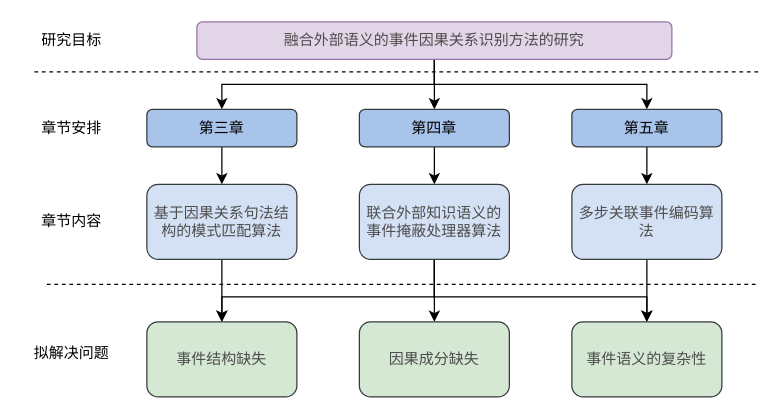
Before: page "章节布局" (6 of 14) of 2.drawio in JiaXinLI98/myProject, a draw.io diagram. Source tidied: cells renumbered, new cells numbered last; positions are measured from the earlier drawing's top-left corner, leaving out a move shared by most shapes. Both pictures are drawn from the tidied source at 125%, with x=0, y=0 at pixel (21, 21).
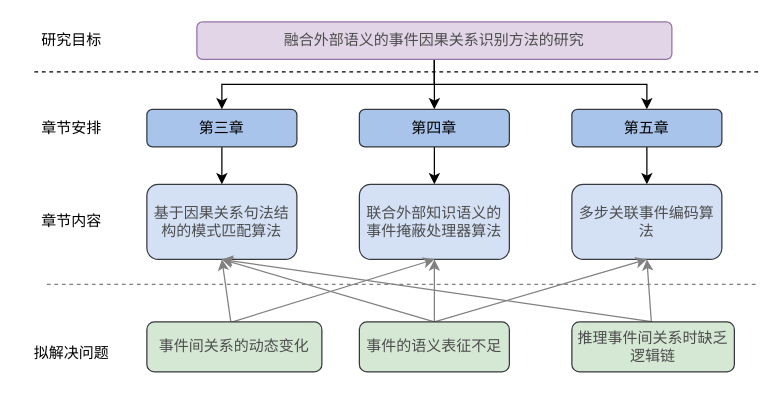
The same diagram, later.

The change refers to these unchanged cells:
```xml
<mxCell id="13" value="基于因果关系句法结构的模式匹配算法" style="rounded=1;whiteSpace=wrap;html=1;fillColor=#D4E1F5;strokeColor=#36393d;fontColor=#4D4D4D;" parent="1" vertex="1">
  <mxGeometry x="100" y="130" width="120" height="60" as="geometry" />
</mxCell>
<mxCell id="17" value="联合外部知识语义的事件掩蔽处理器算法" style="rounded=1;whiteSpace=wrap;html=1;fillColor=#D4E1F5;strokeColor=#36393d;fontColor=#4D4D4D;" parent="1" vertex="1">
  <mxGeometry x="270" y="130" width="120" height="60" as="geometry" />
</mxCell>
<mxCell id="19" value="多步关联事件编码算法" style="rounded=1;whiteSpace=wrap;html=1;fillColor=#D4E1F5;strokeColor=#36393d;fontColor=#4D4D4D;" parent="1" vertex="1">
  <mxGeometry x="440" y="130" width="120" height="60" as="geometry" />
</mxCell>
```

Diff of the diagram source:
```diff
@@
-    <mxCell id="12" style="edgeStyle=orthogonalEdgeStyle;rounded=0;jettySize=auto;html=1;exitX=0.5;exitY=1;exitDx=0;exitDy=0;entryX=0.5;entryY=0;entryDx=0;entryDy=0;" parent="1" edge="1" source="13" target="21">
-      <mxGeometry relative="1" as="geometry" />
-    </mxCell>
@@
-    <mxCell id="14" style="edgeStyle=orthogonalEdgeStyle;rounded=0;jettySize=auto;html=1;exitX=0.5;exitY=1;exitDx=0;exitDy=0;" parent="1" edge="1" source="17" target="21">
-      <mxGeometry relative="1" as="geometry">
-        <Array as="points">
-          <mxPoint x="330" y="220" />
-          <mxPoint x="160" y="220" />
-        </Array>
-      </mxGeometry>
-    </mxCell>
-    <mxCell id="15" style="edgeStyle=orthogonalEdgeStyle;rounded=0;jettySize=auto;html=1;exitX=0.5;exitY=1;exitDx=0;exitDy=0;entryX=0.5;entryY=0;entryDx=0;entryDy=0;" parent="1" edge="1" source="17" target="20">
-      <mxGeometry relative="1" as="geometry" />
-    </mxCell>
-    <mxCell id="16" style="edgeStyle=orthogonalEdgeStyle;rounded=0;jettySize=auto;html=1;entryX=0.5;entryY=0;entryDx=0;entryDy=0;" parent="1" edge="1" target="22">
-      <mxGeometry relative="1" as="geometry">
-        <mxPoint x="330" y="190" as="sourcePoint" />
-        <Array as="points">
-          <mxPoint x="330" y="220" />
-          <mxPoint x="500" y="220" />
-        </Array>
-      </mxGeometry>
-    </mxCell>
@@
-    <mxCell id="18" style="edgeStyle=orthogonalEdgeStyle;rounded=0;jettySize=auto;html=1;entryX=0.5;entryY=0;entryDx=0;entryDy=0;" parent="1" edge="1" source="19" target="22">
-      <mxGeometry relative="1" as="geometry" />
-    </mxCell>
@@
+    <mxCell id="29" style="rounded=0;jettySize=auto;html=1;entryX=0.5;entryY=1;entryDx=0;entryDy=0;strokeColor=#808080;exitX=0.5;exitY=0;exitDx=0;exitDy=0;" parent="1" edge="1" source="20" target="13">
+      <mxGeometry relative="1" as="geometry" />
+    </mxCell>
+    <mxCell id="30" style="edgeStyle=orthogonalEdgeStyle;rounded=0;jettySize=auto;html=1;entryX=0.5;entryY=1;entryDx=0;entryDy=0;strokeColor=#808080;" parent="1" edge="1" source="20" target="17">
+      <mxGeometry relative="1" as="geometry" />
+    </mxCell>
+    <mxCell id="31" style="rounded=0;jettySize=auto;html=1;exitX=0.5;exitY=0;exitDx=0;exitDy=0;strokeColor=#808080;" parent="1" edge="1" source="20">
+      <mxGeometry relative="1" as="geometry">
+        <mxPoint x="500" y="190" as="targetPoint" />
+      </mxGeometry>
+    </mxCell>
-    <mxCell id="20" value="因果成分缺失" style="rounded=1;whiteSpace=wrap;html=1;fillColor=#D5E8D4;strokeColor=#36393d;fontColor=#4D4D4D;" parent="1" vertex="1">
-      <mxGeometry x="270" y="240" width="120" height="60" as="geometry" />
+    <mxCell id="20" value="事件的语义表征不足" style="rounded=1;whiteSpace=wrap;html=1;fillColor=#D5E8D4;strokeColor=#36393d;fontColor=#4D4D4D;" parent="1" vertex="1">
+      <mxGeometry x="270" y="240" width="120" height="40" as="geometry" />
     </mxCell>
+    <mxCell id="32" style="rounded=0;jettySize=auto;html=1;strokeColor=#808080;" parent="1" edge="1" source="21">
+      <mxGeometry relative="1" as="geometry">
+        <mxPoint x="160" y="190" as="targetPoint" />
+      </mxGeometry>
+    </mxCell>
+    <mxCell id="33" style="rounded=0;jettySize=auto;html=1;entryX=0.5;entryY=1;entryDx=0;entryDy=0;strokeColor=#808080;exitX=0.443;exitY=0.05;exitDx=0;exitDy=0;exitPerimeter=0;" parent="1" edge="1" source="21" target="17">
+      <mxGeometry relative="1" as="geometry" />
+    </mxCell>
-    <mxCell id="21" value="事件结构缺失" style="rounded=1;whiteSpace=wrap;html=1;fillColor=#D5E8D4;strokeColor=#36393d;fontColor=#4D4D4D;" parent="1" vertex="1">
-      <mxGeometry x="100" y="240" width="120" height="60" as="geometry" />
+    <mxCell id="21" value="&lt;p style=&quot;margin: 0pt 0pt 0.0001pt; line-height: 20pt; font-family: &amp;quot;Times New Roman&amp;quot;;&quot; class=&quot;MsoNormal&quot;&gt;事件间关系的动态变化&lt;br&gt;&lt;/p&gt;" style="rounded=1;whiteSpace=wrap;html=1;fillColor=#D5E8D4;strokeColor=#36393d;fontColor=#4D4D4D;align=center;" parent="1" vertex="1">
+      <mxGeometry x="100" y="240" width="140" height="40" as="geometry" />
     </mxCell>
+    <mxCell id="34" style="rounded=0;jettySize=auto;html=1;entryX=0.5;entryY=1;entryDx=0;entryDy=0;strokeColor=#808080;exitX=0.5;exitY=0;exitDx=0;exitDy=0;" parent="1" edge="1" source="22" target="13">
+      <mxGeometry relative="1" as="geometry" />
+    </mxCell>
+    <mxCell id="35" style="rounded=0;jettySize=auto;html=1;entryX=0.5;entryY=1;entryDx=0;entryDy=0;strokeColor=#808080;" parent="1" edge="1" source="22" target="19">
+      <mxGeometry relative="1" as="geometry" />
+    </mxCell>
-    <mxCell id="22" value="事件语义的复杂性" style="rounded=1;whiteSpace=wrap;html=1;fillColor=#D5E8D4;strokeColor=#36393d;fontColor=#4D4D4D;" parent="1" vertex="1">
-      <mxGeometry x="440" y="240" width="120" height="60" as="geometry" />
+    <mxCell id="22" value="推理事件间关系时缺乏逻辑链" style="rounded=1;whiteSpace=wrap;html=1;fillColor=#D5E8D4;strokeColor=#36393d;fontColor=#4D4D4D;" parent="1" vertex="1">
+      <mxGeometry x="440" y="240" width="130" height="40" as="geometry" />
     </mxCell>
@@
-    <mxCell id="27" style="endArrow=none;dashed=1;html=1;rounded=0;" parent="1" edge="1">
+    <mxCell id="27" style="endArrow=none;dashed=1;html=1;rounded=0;strokeColor=#808080;" parent="1" edge="1">
       <mxGeometry relative="1" as="geometry">
         <mxPoint x="20" y="210" as="sourcePoint" />
         <mxPoint x="590" y="210" as="targetPoint" />
       </mxGeometry>
     </mxCell>
```
